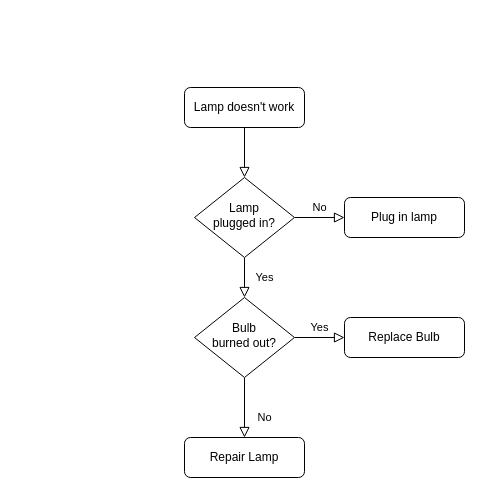
Before: Untitled Diagram.drawio in jonie20/index, a draw.io diagram. Source tidied: cells renumbered, new cells numbered last; positions are measured from the earlier drawing's top-left corner, leaving out a move shared by most shapes. Both pictures are drawn from the tidied source at 100%, with x=0, y=0 at pixel (184, 87).
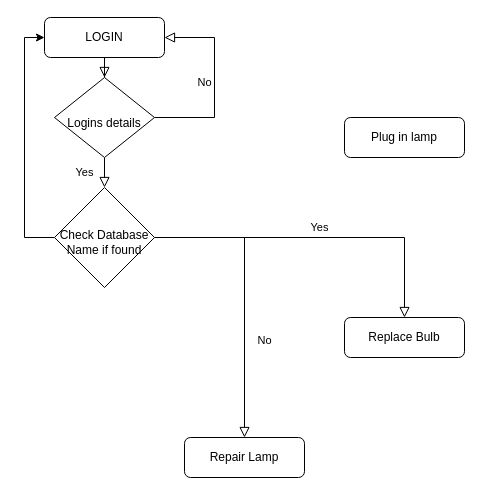
Above is the later version.

Change to the diagram source:
```diff
@@
 <mxGraphModel>
   <root>
     <mxCell id="0" />
     <mxCell id="1" parent="0" />
     <mxCell id="2" style="rounded=0;html=1;jettySize=auto;fontSize=11;endArrow=block;endFill=0;endSize=8;strokeWidth=1;shadow=0;labelBackgroundColor=none;edgeStyle=orthogonalEdgeStyle;" parent="1" edge="1" source="3" target="6">
       <mxGeometry relative="1" as="geometry" />
     </mxCell>
-    <mxCell id="3" value="Lamp doesn't work" style="rounded=1;whiteSpace=wrap;html=1;fontSize=12;glass=0;strokeWidth=1;shadow=0;" parent="1" vertex="1">
-      <mxGeometry width="120" height="40" as="geometry" />
+    <mxCell id="3" value="LOGIN" style="rounded=1;whiteSpace=wrap;html=1;fontSize=12;glass=0;strokeWidth=1;shadow=0;" parent="1" vertex="1">
+      <mxGeometry x="-140" y="-70" width="120" height="40" as="geometry" />
     </mxCell>
     <mxCell id="4" value="Yes" style="rounded=0;html=1;jettySize=auto;fontSize=11;endArrow=block;endFill=0;endSize=8;strokeWidth=1;shadow=0;labelBackgroundColor=none;edgeStyle=orthogonalEdgeStyle;" parent="1" edge="1" source="6" target="10">
       <mxGeometry y="20" relative="1" as="geometry" />
     </mxCell>
-    <mxCell id="5" value="No" style="edgeStyle=orthogonalEdgeStyle;rounded=0;html=1;jettySize=auto;fontSize=11;endArrow=block;endFill=0;endSize=8;strokeWidth=1;shadow=0;labelBackgroundColor=none;" parent="1" edge="1" source="6" target="7">
-      <mxGeometry y="10" relative="1" as="geometry" />
+    <mxCell id="5" value="No" style="edgeStyle=orthogonalEdgeStyle;rounded=0;html=1;jettySize=auto;fontSize=11;endArrow=block;endFill=0;endSize=8;strokeWidth=1;shadow=0;labelBackgroundColor=none;entryX=1;entryY=0.5;entryDx=0;entryDy=0;" parent="1" edge="1" source="6" target="3">
+      <mxGeometry y="10" relative="1" as="geometry">
+        <Array as="points">
+          <mxPoint x="30" y="30" />
+          <mxPoint x="30" y="-50" />
+        </Array>
+      </mxGeometry>
     </mxCell>
-    <mxCell id="6" value="Lamp&lt;br&gt;plugged in?" style="rhombus;whiteSpace=wrap;html=1;shadow=0;fontFamily=Helvetica;fontSize=12;align=center;strokeWidth=1;spacing=6;spacingTop=-4;" parent="1" vertex="1">
-      <mxGeometry x="10" y="90" width="100" height="80" as="geometry" />
+    <mxCell id="6" value="&lt;br&gt;Logins details" style="rhombus;whiteSpace=wrap;html=1;shadow=0;fontFamily=Helvetica;fontSize=12;align=center;strokeWidth=1;spacing=6;spacingTop=-4;" parent="1" vertex="1">
+      <mxGeometry x="-130" y="-10" width="100" height="80" as="geometry" />
     </mxCell>
     <mxCell id="7" value="Plug in lamp" style="rounded=1;whiteSpace=wrap;html=1;fontSize=12;glass=0;strokeWidth=1;shadow=0;" parent="1" vertex="1">
-      <mxGeometry x="160" y="110" width="120" height="40" as="geometry" />
+      <mxGeometry x="160" y="30" width="120" height="40" as="geometry" />
     </mxCell>
     <mxCell id="8" value="No" style="rounded=0;html=1;jettySize=auto;fontSize=11;endArrow=block;endFill=0;endSize=8;strokeWidth=1;shadow=0;labelBackgroundColor=none;edgeStyle=orthogonalEdgeStyle;" parent="1" edge="1" source="10" target="11">
       <mxGeometry x="0.33" y="20" relative="1" as="geometry" />
     </mxCell>
     <mxCell id="9" value="Yes" style="edgeStyle=orthogonalEdgeStyle;rounded=0;html=1;jettySize=auto;fontSize=11;endArrow=block;endFill=0;endSize=8;strokeWidth=1;shadow=0;labelBackgroundColor=none;" parent="1" edge="1" source="10" target="12">
       <mxGeometry y="10" relative="1" as="geometry" />
     </mxCell>
+    <mxCell id="13" style="edgeStyle=orthogonalEdgeStyle;rounded=0;jettySize=auto;html=1;entryX=0;entryY=0.5;entryDx=0;entryDy=0;" parent="1" edge="1" source="10" target="3">
+      <mxGeometry relative="1" as="geometry">
+        <Array as="points">
+          <mxPoint x="-160" y="150" />
+          <mxPoint x="-160" y="-50" />
+        </Array>
+      </mxGeometry>
+    </mxCell>
-    <mxCell id="10" value="Bulb&lt;br&gt;burned out?" style="rhombus;whiteSpace=wrap;html=1;shadow=0;fontFamily=Helvetica;fontSize=12;align=center;strokeWidth=1;spacing=6;spacingTop=-4;" parent="1" vertex="1">
-      <mxGeometry x="10" y="210" width="100" height="80" as="geometry" />
+    <mxCell id="10" value="&lt;br&gt;Check Database Name if found" style="rhombus;whiteSpace=wrap;html=1;shadow=0;fontFamily=Helvetica;fontSize=12;align=center;strokeWidth=1;spacing=6;spacingTop=-4;" parent="1" vertex="1">
+      <mxGeometry x="-130" y="100" width="100" height="100" as="geometry" />
     </mxCell>
     <mxCell id="11" value="Repair Lamp" style="rounded=1;whiteSpace=wrap;html=1;fontSize=12;glass=0;strokeWidth=1;shadow=0;" parent="1" vertex="1">
       <mxGeometry y="350" width="120" height="40" as="geometry" />
     </mxCell>
     <mxCell id="12" value="Replace Bulb" style="rounded=1;whiteSpace=wrap;html=1;fontSize=12;glass=0;strokeWidth=1;shadow=0;" parent="1" vertex="1">
       <mxGeometry x="160" y="230" width="120" height="40" as="geometry" />
     </mxCell>
   </root>
 </mxGraphModel>
```
